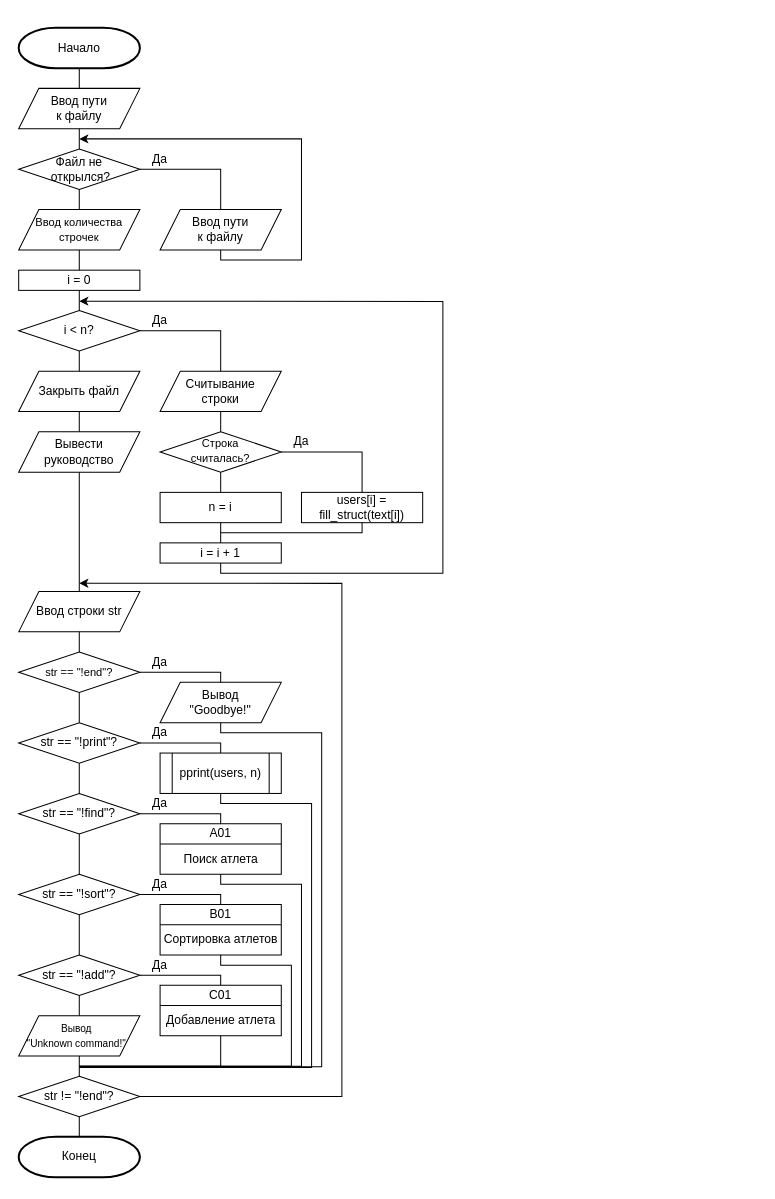
The draw.io diagram page "Main" (1 of 5) of images/Схема алгоритма.drawio in DexTver/LAB_07_14, before the edit. Source tidied: cells renumbered, new cells numbered last; positions are measured from the earlier drawing's top-left corner, leaving out a move shared by most shapes. Both pictures are drawn from the tidied source at 101%, with x=0, y=0 at pixel (18, 27).
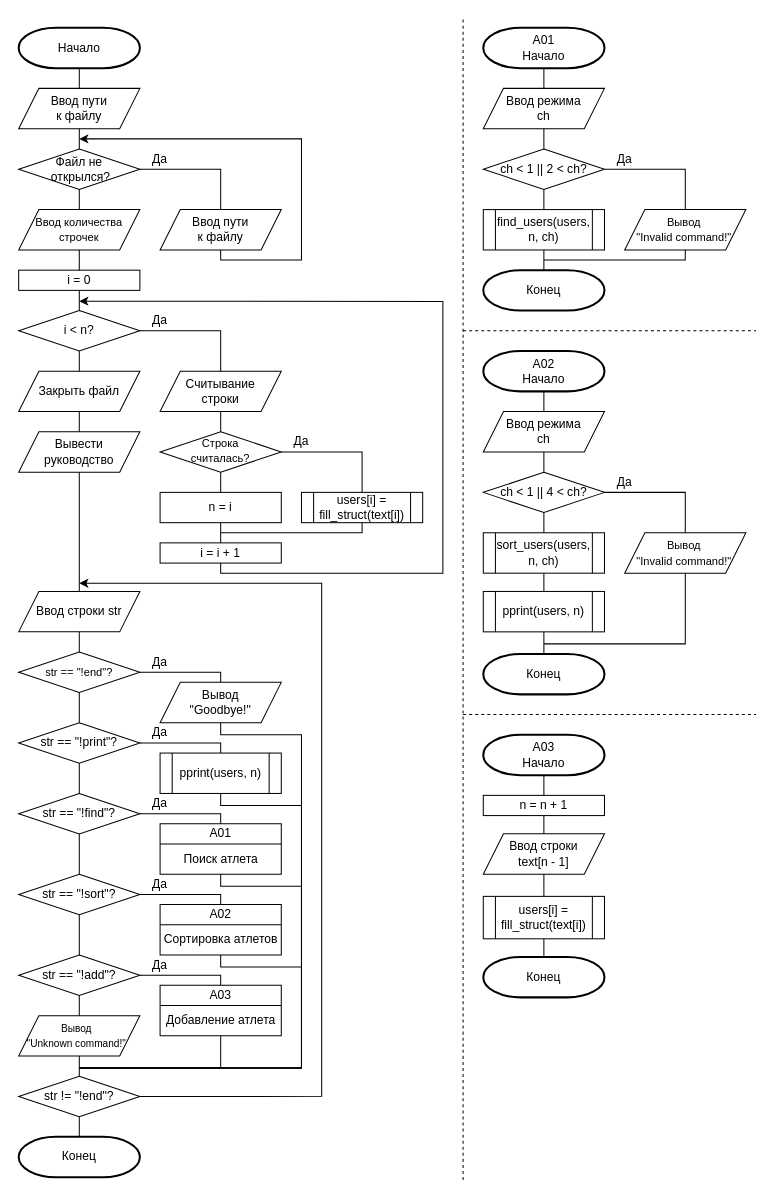
The same page after the edit.

Unchanged cells that the change refers to:
```xml
<mxCell id="15" value="&lt;p style=&quot;line-height: 110%;&quot;&gt;&lt;font style=&quot;font-size: 11px;&quot;&gt;Строка&lt;br&gt;считалась?&lt;/font&gt;&lt;/p&gt;" style="strokeWidth=1;html=1;shape=mxgraph.flowchart.decision;whiteSpace=wrap;spacingBottom=3;" parent="1" vertex="1">
  <mxGeometry x="140" y="400" width="120" height="40" as="geometry" />
</mxCell>
<mxCell id="43" value="Вывод&lt;br&gt;&quot;Goodbye!&quot;" style="shape=parallelogram;perimeter=parallelogramPerimeter;whiteSpace=wrap;html=1;fixedSize=1;" parent="1" vertex="1">
  <mxGeometry x="140" y="648.1" width="120" height="40" as="geometry" />
</mxCell>
<mxCell id="45" value="str != &quot;!end&quot;?" style="strokeWidth=1;html=1;shape=mxgraph.flowchart.decision;whiteSpace=wrap;" parent="1" vertex="1">
  <mxGeometry y="1038.1" width="120" height="40" as="geometry" />
</mxCell>
<mxCell id="48" value="pprint(users, n)" style="shape=process;whiteSpace=wrap;html=1;backgroundOutline=1;" parent="1" vertex="1">
  <mxGeometry x="140" y="718.1" width="120" height="40" as="geometry" />
</mxCell>
<mxCell id="50" value="A01" style="swimlane;fontStyle=0;horizontal=1;startSize=20;whiteSpace=wrap;html=1;" parent="1" vertex="1">
  <mxGeometry x="140" y="788.1" width="120" height="50" as="geometry" />
</mxCell>
```

What changed in the source:
```diff
@@
-    <mxCell id="17" value="users[i] = fill_struct(text[i])" style="rounded=0;whiteSpace=wrap;html=1;" parent="1" vertex="1">
-      <mxGeometry x="280" y="460" width="120" height="30" as="geometry" />
-    </mxCell>
@@
-    <mxCell id="23" style="endArrow=none;html=1;rounded=0;entryX=1;entryY=0.5;entryDx=0;entryDy=0;entryPerimeter=0;exitX=0.5;exitY=0;exitDx=0;exitDy=0;" parent="1" edge="1" source="17" target="15">
+    <mxCell id="23" style="endArrow=none;html=1;rounded=0;entryX=1;entryY=0.5;entryDx=0;entryDy=0;entryPerimeter=0;exitX=0.5;exitY=0;exitDx=0;exitDy=0;" parent="1" edge="1" source="112" target="15">
       <mxGeometry relative="1" as="geometry">
         <Array as="points">
           <mxPoint x="340" y="420" />
         </Array>
       </mxGeometry>
     </mxCell>
@@
-    <mxCell id="27" style="endArrow=none;html=1;rounded=0;entryX=0.5;entryY=1;entryDx=0;entryDy=0;" parent="1" edge="1" target="17">
+    <mxCell id="27" style="endArrow=none;html=1;rounded=0;entryX=0.5;entryY=1;entryDx=0;entryDy=0;" parent="1" edge="1" target="112">
       <mxGeometry relative="1" as="geometry">
         <mxPoint x="200" y="500" as="sourcePoint" />
         <Array as="points">
           <mxPoint x="340" y="500" />
         </Array>
       </mxGeometry>
     </mxCell>
@@
-    <mxCell id="42" style="edgeStyle=orthogonalEdgeStyle;rounded=0;jettySize=auto;html=1;endArrow=none;endFill=0;" parent="1" edge="1" source="43">
-      <mxGeometry relative="1" as="geometry">
-        <mxPoint x="60" y="1028.8" as="targetPoint" />
-        <Array as="points">
-          <mxPoint x="200" y="698.1" />
-          <mxPoint x="300" y="698.1" />
-          <mxPoint x="300" y="1029.1" />
-        </Array>
-      </mxGeometry>
-    </mxCell>
@@
-    <mxCell id="47" style="edgeStyle=orthogonalEdgeStyle;rounded=0;jettySize=auto;html=1;endArrow=none;endFill=0;" parent="1" edge="1" source="48">
-      <mxGeometry relative="1" as="geometry">
-        <mxPoint x="60" y="1029.4" as="targetPoint" />
-        <Array as="points">
-          <mxPoint x="200" y="768.1" />
-          <mxPoint x="290" y="768.1" />
-          <mxPoint x="290" y="1029.1" />
-        </Array>
-      </mxGeometry>
-    </mxCell>
@@
-    <mxCell id="49" style="edgeStyle=orthogonalEdgeStyle;rounded=0;jettySize=auto;html=1;endArrow=none;endFill=0;" parent="1" edge="1" source="50">
-      <mxGeometry relative="1" as="geometry">
-        <mxPoint x="60" y="1028.1" as="targetPoint" />
-        <Array as="points">
-          <mxPoint x="200" y="848.1" />
-          <mxPoint x="280" y="848.1" />
-          <mxPoint x="280" y="1028.1" />
-        </Array>
-      </mxGeometry>
-    </mxCell>
@@
-    <mxCell id="52" style="edgeStyle=orthogonalEdgeStyle;rounded=0;jettySize=auto;html=1;endArrow=none;endFill=0;" parent="1" edge="1" source="53">
-      <mxGeometry relative="1" as="geometry">
-        <mxPoint x="60" y="1028.1" as="targetPoint" />
-        <Array as="points">
-          <mxPoint x="200" y="928.1" />
-          <mxPoint x="270" y="928.1" />
-          <mxPoint x="270" y="1028.1" />
-        </Array>
-      </mxGeometry>
-    </mxCell>
-    <mxCell id="53" value="B01" style="swimlane;fontStyle=0;horizontal=1;startSize=20;whiteSpace=wrap;html=1;" parent="1" vertex="1">
+    <mxCell id="53" value="A02" style="swimlane;fontStyle=0;horizontal=1;startSize=20;whiteSpace=wrap;html=1;" parent="1" vertex="1">
       <mxGeometry x="140" y="868.1" width="120" height="50" as="geometry" />
     </mxCell>
@@
-    <mxCell id="55" style="edgeStyle=orthogonalEdgeStyle;rounded=0;jettySize=auto;html=1;endArrow=none;endFill=0;" parent="1" edge="1" source="56">
-      <mxGeometry relative="1" as="geometry">
-        <mxPoint x="60" y="1028.1" as="targetPoint" />
-        <Array as="points">
-          <mxPoint x="200" y="1028.1" />
-        </Array>
-      </mxGeometry>
-    </mxCell>
-    <mxCell id="56" value="C01" style="swimlane;fontStyle=0;horizontal=1;startSize=20;whiteSpace=wrap;html=1;" parent="1" vertex="1">
+    <mxCell id="56" value="A03" style="swimlane;fontStyle=0;horizontal=1;startSize=20;whiteSpace=wrap;html=1;" parent="1" vertex="1">
       <mxGeometry x="140" y="948.1" width="120" height="50" as="geometry" />
     </mxCell>
@@
     <mxCell id="76" style="endArrow=none;html=1;rounded=0;entryX=1;entryY=0.5;entryDx=0;entryDy=0;entryPerimeter=0;startArrow=classic;startFill=1;" parent="1" edge="1" target="45">
       <mxGeometry relative="1" as="geometry">
         <mxPoint x="60" y="550" as="sourcePoint" />
         <Array as="points">
-          <mxPoint x="320" y="550.1" />
-          <mxPoint x="320" y="1058.1" />
+          <mxPoint x="300" y="550" />
+          <mxPoint x="300" y="1058" />
         </Array>
       </mxGeometry>
     </mxCell>
+    <mxCell id="77" style="endArrow=none;dashed=1;html=1;rounded=0;" parent="1" edge="1">
+      <mxGeometry relative="1" as="geometry">
+        <mxPoint x="440" y="1140.9" as="sourcePoint" />
+        <mxPoint x="440" y="-10" as="targetPoint" />
+      </mxGeometry>
+    </mxCell>
+    <mxCell id="78" value="A01&lt;br&gt;Начало" style="strokeWidth=2;html=1;shape=mxgraph.flowchart.terminator;whiteSpace=wrap;" parent="1" vertex="1">
+      <mxGeometry x="460" width="120" height="40" as="geometry" />
+    </mxCell>
+    <mxCell id="79" value="Ввод режима&lt;br&gt;ch" style="shape=parallelogram;perimeter=parallelogramPerimeter;whiteSpace=wrap;html=1;fixedSize=1;" parent="1" vertex="1">
+      <mxGeometry x="460" y="60" width="120" height="40" as="geometry" />
+    </mxCell>
+    <mxCell id="80" value="ch &amp;lt; 1 || 2 &amp;lt; ch?" style="strokeWidth=1;html=1;shape=mxgraph.flowchart.decision;whiteSpace=wrap;" parent="1" vertex="1">
+      <mxGeometry x="460" y="120" width="120" height="40" as="geometry" />
+    </mxCell>
+    <mxCell id="81" value="&lt;font style=&quot;font-size: 11px;&quot;&gt;Вывод&lt;br&gt;&quot;Invalid command!&lt;span style=&quot;background-color: initial;&quot;&gt;&quot;&lt;/span&gt;&lt;/font&gt;" style="shape=parallelogram;perimeter=parallelogramPerimeter;whiteSpace=wrap;html=1;fixedSize=1;spacingRight=2;" parent="1" vertex="1">
+      <mxGeometry x="600" y="180" width="120" height="40" as="geometry" />
+    </mxCell>
+    <mxCell id="82" value="find_users(users, n, ch)" style="shape=process;whiteSpace=wrap;html=1;backgroundOutline=1;" parent="1" vertex="1">
+      <mxGeometry x="460" y="180" width="120" height="40" as="geometry" />
+    </mxCell>
+    <mxCell id="83" value="Конец" style="strokeWidth=2;html=1;shape=mxgraph.flowchart.terminator;whiteSpace=wrap;" parent="1" vertex="1">
+      <mxGeometry x="460" y="240" width="120" height="40" as="geometry" />
+    </mxCell>
+    <mxCell id="84" style="endArrow=none;html=1;rounded=0;entryX=0.5;entryY=1;entryDx=0;entryDy=0;exitX=0.5;exitY=0;exitDx=0;exitDy=0;exitPerimeter=0;" parent="1" edge="1" source="80" target="79">
+      <mxGeometry relative="1" as="geometry" />
+    </mxCell>
+    <mxCell id="85" style="endArrow=none;html=1;rounded=0;entryX=0.5;entryY=1;entryDx=0;entryDy=0;entryPerimeter=0;exitX=0.5;exitY=0;exitDx=0;exitDy=0;" parent="1" edge="1" source="79" target="78">
+      <mxGeometry relative="1" as="geometry" />
+    </mxCell>
+    <mxCell id="86" style="endArrow=none;html=1;rounded=0;entryX=0.5;entryY=1;entryDx=0;entryDy=0;entryPerimeter=0;exitX=0.5;exitY=0;exitDx=0;exitDy=0;" parent="1" edge="1" source="82" target="80">
+      <mxGeometry relative="1" as="geometry" />
+    </mxCell>
+    <mxCell id="87" style="endArrow=none;html=1;rounded=0;entryX=1;entryY=0.5;entryDx=0;entryDy=0;entryPerimeter=0;exitX=0.5;exitY=0;exitDx=0;exitDy=0;" parent="1" edge="1" source="81" target="80">
+      <mxGeometry relative="1" as="geometry">
+        <Array as="points">
+          <mxPoint x="660" y="140" />
+        </Array>
+      </mxGeometry>
+    </mxCell>
+    <mxCell id="88" style="endArrow=none;html=1;rounded=0;entryX=0.5;entryY=1;entryDx=0;entryDy=0;exitX=0.5;exitY=0;exitDx=0;exitDy=0;exitPerimeter=0;" parent="1" edge="1" source="83" target="82">
+      <mxGeometry relative="1" as="geometry" />
+    </mxCell>
+    <mxCell id="89" style="endArrow=none;html=1;rounded=0;entryX=0.5;entryY=1;entryDx=0;entryDy=0;" parent="1" edge="1" target="81">
+      <mxGeometry relative="1" as="geometry">
+        <mxPoint x="520" y="230" as="sourcePoint" />
+        <Array as="points">
+          <mxPoint x="660" y="230" />
+        </Array>
+      </mxGeometry>
+    </mxCell>
+    <mxCell id="90" value="Да" style="text;html=1;strokeColor=none;fillColor=none;align=center;verticalAlign=middle;whiteSpace=wrap;rounded=0;" parent="1" vertex="1">
+      <mxGeometry x="570" y="115" width="60" height="30" as="geometry" />
+    </mxCell>
+    <mxCell id="91" value="A02&lt;br&gt;Начало" style="strokeWidth=2;html=1;shape=mxgraph.flowchart.terminator;whiteSpace=wrap;" parent="1" vertex="1">
+      <mxGeometry x="460" y="320" width="120" height="40" as="geometry" />
+    </mxCell>
+    <mxCell id="92" value="Ввод режима&lt;br&gt;ch" style="shape=parallelogram;perimeter=parallelogramPerimeter;whiteSpace=wrap;html=1;fixedSize=1;" parent="1" vertex="1">
+      <mxGeometry x="460" y="380" width="120" height="40" as="geometry" />
+    </mxCell>
+    <mxCell id="93" value="ch &amp;lt; 1 || 4 &amp;lt; ch?" style="strokeWidth=1;html=1;shape=mxgraph.flowchart.decision;whiteSpace=wrap;" parent="1" vertex="1">
+      <mxGeometry x="460" y="440" width="120" height="40" as="geometry" />
+    </mxCell>
+    <mxCell id="94" value="&lt;font style=&quot;font-size: 11px;&quot;&gt;Вывод&lt;br&gt;&quot;Invalid command!&lt;span style=&quot;background-color: initial;&quot;&gt;&quot;&lt;/span&gt;&lt;/font&gt;" style="shape=parallelogram;perimeter=parallelogramPerimeter;whiteSpace=wrap;html=1;fixedSize=1;spacingRight=2;" parent="1" vertex="1">
+      <mxGeometry x="600" y="500" width="120" height="40" as="geometry" />
+    </mxCell>
+    <mxCell id="95" value="sort_users(users, n, ch)" style="shape=process;whiteSpace=wrap;html=1;backgroundOutline=1;" parent="1" vertex="1">
+      <mxGeometry x="460" y="500" width="120" height="40" as="geometry" />
+    </mxCell>
+    <mxCell id="96" value="Конец" style="strokeWidth=2;html=1;shape=mxgraph.flowchart.terminator;whiteSpace=wrap;" parent="1" vertex="1">
+      <mxGeometry x="460" y="620" width="120" height="40" as="geometry" />
+    </mxCell>
+    <mxCell id="97" style="endArrow=none;html=1;rounded=0;entryX=0.5;entryY=1;entryDx=0;entryDy=0;exitX=0.5;exitY=0;exitDx=0;exitDy=0;exitPerimeter=0;" parent="1" edge="1" source="93" target="92">
+      <mxGeometry relative="1" as="geometry" />
+    </mxCell>
+    <mxCell id="98" style="endArrow=none;html=1;rounded=0;entryX=0.5;entryY=1;entryDx=0;entryDy=0;entryPerimeter=0;exitX=0.5;exitY=0;exitDx=0;exitDy=0;" parent="1" edge="1" source="92" target="91">
+      <mxGeometry relative="1" as="geometry" />
+    </mxCell>
+    <mxCell id="99" style="endArrow=none;html=1;rounded=0;entryX=0.5;entryY=1;entryDx=0;entryDy=0;entryPerimeter=0;exitX=0.5;exitY=0;exitDx=0;exitDy=0;" parent="1" edge="1" source="95" target="93">
+      <mxGeometry relative="1" as="geometry" />
+    </mxCell>
+    <mxCell id="100" style="endArrow=none;html=1;rounded=0;entryX=1;entryY=0.5;entryDx=0;entryDy=0;entryPerimeter=0;exitX=0.5;exitY=0;exitDx=0;exitDy=0;" parent="1" edge="1" source="94" target="93">
+      <mxGeometry relative="1" as="geometry">
+        <Array as="points">
+          <mxPoint x="660" y="460" />
+        </Array>
+      </mxGeometry>
+    </mxCell>
+    <mxCell id="101" style="endArrow=none;html=1;rounded=0;exitX=0.5;exitY=0;exitDx=0;exitDy=0;exitPerimeter=0;entryX=0.5;entryY=1;entryDx=0;entryDy=0;" parent="1" edge="1" source="96" target="104">
+      <mxGeometry relative="1" as="geometry" />
+    </mxCell>
+    <mxCell id="102" style="endArrow=none;html=1;rounded=0;entryX=0.5;entryY=1;entryDx=0;entryDy=0;" parent="1" edge="1" target="94">
+      <mxGeometry relative="1" as="geometry">
+        <mxPoint x="520" y="610" as="sourcePoint" />
+        <Array as="points">
+          <mxPoint x="660" y="610" />
+        </Array>
+      </mxGeometry>
+    </mxCell>
+    <mxCell id="103" value="Да" style="text;html=1;strokeColor=none;fillColor=none;align=center;verticalAlign=middle;whiteSpace=wrap;rounded=0;" parent="1" vertex="1">
+      <mxGeometry x="570" y="435" width="60" height="30" as="geometry" />
+    </mxCell>
+    <mxCell id="104" value="pprint(users, n)" style="shape=process;whiteSpace=wrap;html=1;backgroundOutline=1;" parent="1" vertex="1">
+      <mxGeometry x="460" y="558.1" width="120" height="40" as="geometry" />
+    </mxCell>
+    <mxCell id="105" style="endArrow=none;html=1;rounded=0;entryX=0.5;entryY=1;entryDx=0;entryDy=0;exitX=0.5;exitY=0;exitDx=0;exitDy=0;" parent="1" edge="1" source="104" target="95">
+      <mxGeometry relative="1" as="geometry" />
+    </mxCell>
+    <mxCell id="106" style="endArrow=none;dashed=1;html=1;rounded=0;" parent="1" edge="1">
+      <mxGeometry relative="1" as="geometry">
+        <mxPoint x="440" y="300" as="sourcePoint" />
+        <mxPoint x="730" y="300" as="targetPoint" />
+      </mxGeometry>
+    </mxCell>
+    <mxCell id="107" value="A03&lt;br&gt;Начало" style="strokeWidth=2;html=1;shape=mxgraph.flowchart.terminator;whiteSpace=wrap;" parent="1" vertex="1">
+      <mxGeometry x="460" y="700" width="120" height="40" as="geometry" />
+    </mxCell>
+    <mxCell id="108" value="n = n + 1" style="rounded=0;whiteSpace=wrap;html=1;" parent="1" vertex="1">
+      <mxGeometry x="460" y="760" width="120" height="20" as="geometry" />
+    </mxCell>
+    <mxCell id="109" value="Ввод строки&lt;br&gt;text[n - 1]" style="shape=parallelogram;perimeter=parallelogramPerimeter;whiteSpace=wrap;html=1;fixedSize=1;" parent="1" vertex="1">
+      <mxGeometry x="460" y="798" width="120" height="40" as="geometry" />
+    </mxCell>
+    <mxCell id="110" value="Конец" style="strokeWidth=2;html=1;shape=mxgraph.flowchart.terminator;whiteSpace=wrap;" parent="1" vertex="1">
+      <mxGeometry x="460" y="920" width="120" height="40" as="geometry" />
+    </mxCell>
+    <mxCell id="111" style="endArrow=none;dashed=1;html=1;rounded=0;" parent="1" edge="1">
+      <mxGeometry relative="1" as="geometry">
+        <mxPoint x="440" y="680" as="sourcePoint" />
+        <mxPoint x="730" y="680" as="targetPoint" />
+      </mxGeometry>
+    </mxCell>
+    <mxCell id="112" value="users[i] = fill_struct(text[i])" style="shape=process;whiteSpace=wrap;html=1;backgroundOutline=1;" parent="1" vertex="1">
+      <mxGeometry x="280" y="460" width="120" height="30" as="geometry" />
+    </mxCell>
+    <mxCell id="113" value="users[i] = fill_struct(text[i])" style="shape=process;whiteSpace=wrap;html=1;backgroundOutline=1;" parent="1" vertex="1">
+      <mxGeometry x="460" y="860" width="120" height="42" as="geometry" />
+    </mxCell>
+    <mxCell id="114" style="endArrow=none;html=1;rounded=0;entryX=0.5;entryY=1;entryDx=0;entryDy=0;exitX=0.5;exitY=0;exitDx=0;exitDy=0;exitPerimeter=0;" parent="1" edge="1" source="110" target="113">
+      <mxGeometry relative="1" as="geometry" />
+    </mxCell>
+    <mxCell id="115" style="endArrow=none;html=1;rounded=0;entryX=0.5;entryY=1;entryDx=0;entryDy=0;exitX=0.5;exitY=0;exitDx=0;exitDy=0;" parent="1" edge="1" source="113" target="109">
+      <mxGeometry relative="1" as="geometry" />
+    </mxCell>
+    <mxCell id="116" style="endArrow=none;html=1;rounded=0;entryX=0.5;entryY=1;entryDx=0;entryDy=0;" parent="1" edge="1" source="109" target="108">
+      <mxGeometry relative="1" as="geometry" />
+    </mxCell>
+    <mxCell id="117" style="endArrow=none;html=1;rounded=0;entryX=0.5;entryY=1;entryDx=0;entryDy=0;entryPerimeter=0;exitX=0.5;exitY=0;exitDx=0;exitDy=0;" parent="1" edge="1" source="108" target="107">
+      <mxGeometry relative="1" as="geometry" />
+    </mxCell>
+    <mxCell id="118" style="endArrow=none;html=1;rounded=0;entryX=0.5;entryY=1;entryDx=0;entryDy=0;" parent="1" edge="1" target="56">
+      <mxGeometry relative="1" as="geometry">
+        <mxPoint x="60" y="1030" as="sourcePoint" />
+        <Array as="points">
+          <mxPoint x="200" y="1030" />
+        </Array>
+      </mxGeometry>
+    </mxCell>
+    <mxCell id="119" style="endArrow=none;html=1;rounded=0;entryX=0.5;entryY=1;entryDx=0;entryDy=0;" parent="1" edge="1" target="53">
+      <mxGeometry relative="1" as="geometry">
+        <mxPoint x="60" y="1030" as="sourcePoint" />
+        <Array as="points">
+          <mxPoint x="280" y="1030" />
+          <mxPoint x="280" y="930" />
+          <mxPoint x="200" y="930" />
+        </Array>
+      </mxGeometry>
+    </mxCell>
+    <mxCell id="120" style="endArrow=none;html=1;rounded=0;entryX=0.5;entryY=1;entryDx=0;entryDy=0;" parent="1" edge="1" target="50">
+      <mxGeometry relative="1" as="geometry">
+        <mxPoint x="60" y="1030" as="sourcePoint" />
+        <Array as="points">
+          <mxPoint x="280" y="1030" />
+          <mxPoint x="280" y="850" />
+          <mxPoint x="200" y="850" />
+        </Array>
+      </mxGeometry>
+    </mxCell>
+    <mxCell id="121" style="endArrow=none;html=1;rounded=0;entryX=0.5;entryY=1;entryDx=0;entryDy=0;" parent="1" edge="1" target="43">
+      <mxGeometry relative="1" as="geometry">
+        <mxPoint x="60" y="1030" as="sourcePoint" />
+        <Array as="points">
+          <mxPoint x="280" y="1030" />
+          <mxPoint x="280" y="700" />
+          <mxPoint x="200" y="700" />
+        </Array>
+      </mxGeometry>
+    </mxCell>
+    <mxCell id="122" style="endArrow=none;html=1;rounded=0;entryX=0.5;entryY=1;entryDx=0;entryDy=0;" parent="1" edge="1" target="48">
+      <mxGeometry relative="1" as="geometry">
+        <mxPoint x="60" y="1030" as="sourcePoint" />
+        <Array as="points">
+          <mxPoint x="280" y="1030" />
+          <mxPoint x="280" y="770" />
+          <mxPoint x="200" y="770" />
+        </Array>
+      </mxGeometry>
+    </mxCell>
```
